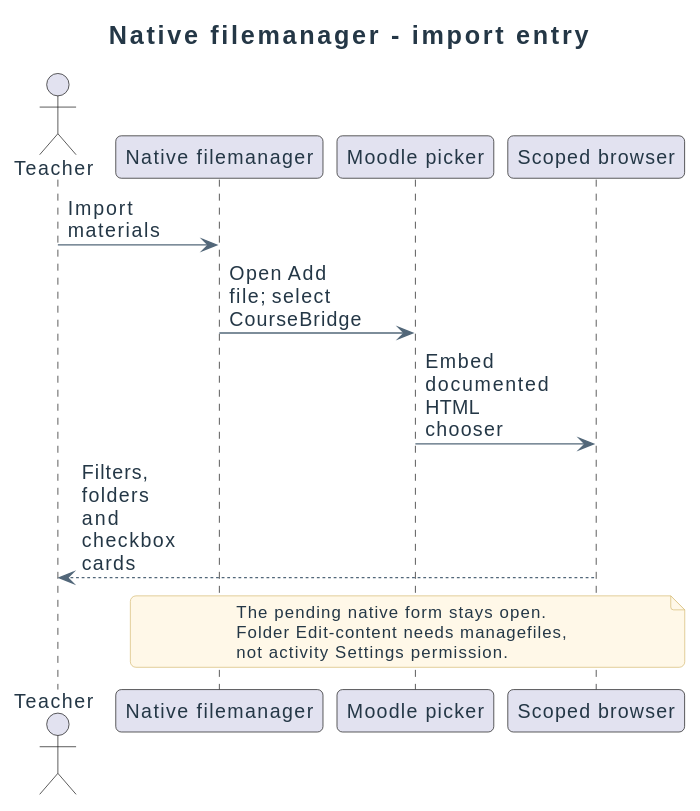
This is docs/diagrams/design/sequences/activity-entry.svg from didactika/moodle-local_coursefiles, a PlantUML export, as it was before one commit.
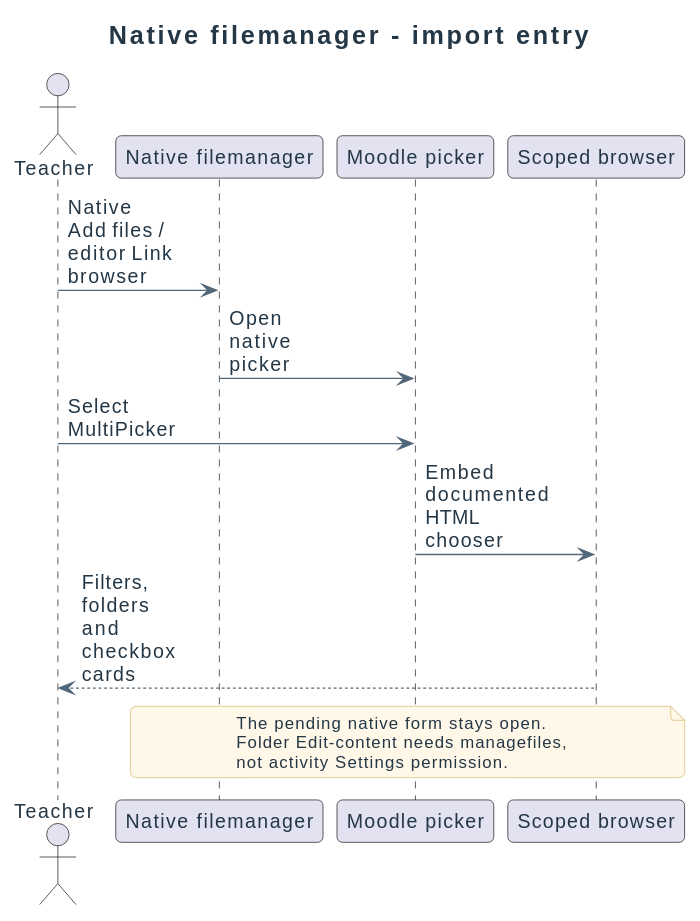
The same diagram one commit later.

Change to the diagram source:
```diff
@@ -5,8 +5,9 @@
 participant "Native filemanager" as Manager
 participant "Moodle picker" as Picker
 participant "Scoped browser" as Browser
-Teacher -> Manager : Import materials
-Manager -> Picker : Open Add file; select CourseBridge
+Teacher -> Manager : Native Add files / editor Link browser
+Manager -> Picker : Open native picker
+Teacher -> Picker : Select MultiPicker
 Picker -> Browser : Embed documented HTML chooser
 Browser --> Teacher : Filters, folders and checkbox cards
 note over Manager, Browser
```
